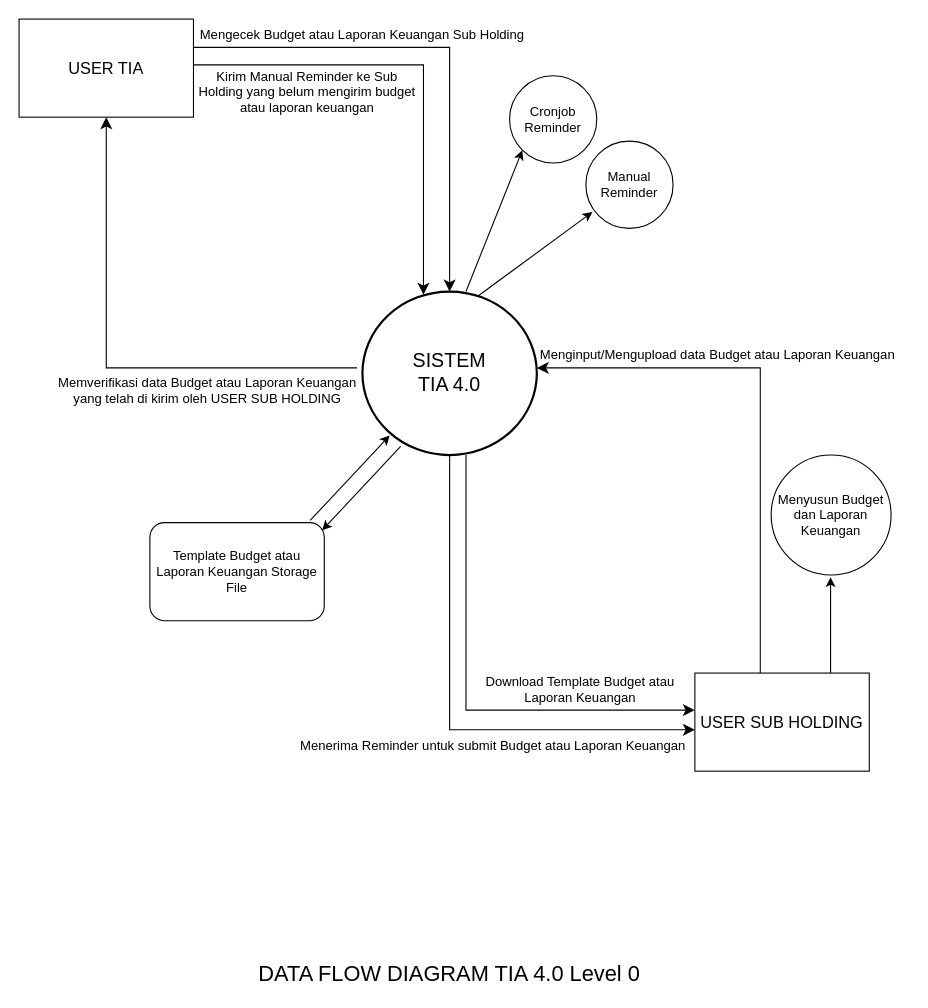
This is page "DataFlowDiagram(Lvl.0)" (2 of 3) of TIA.drawio from ardyardyaaan/spring-06-pos, a draw.io file, before an edit. Source tidied: cells renumbered, new cells numbered last; positions are measured from the earlier drawing's top-left corner, leaving out a move shared by most shapes. Both pictures are drawn from the tidied source at 109%, with x=0, y=0 at pixel (19, 19).
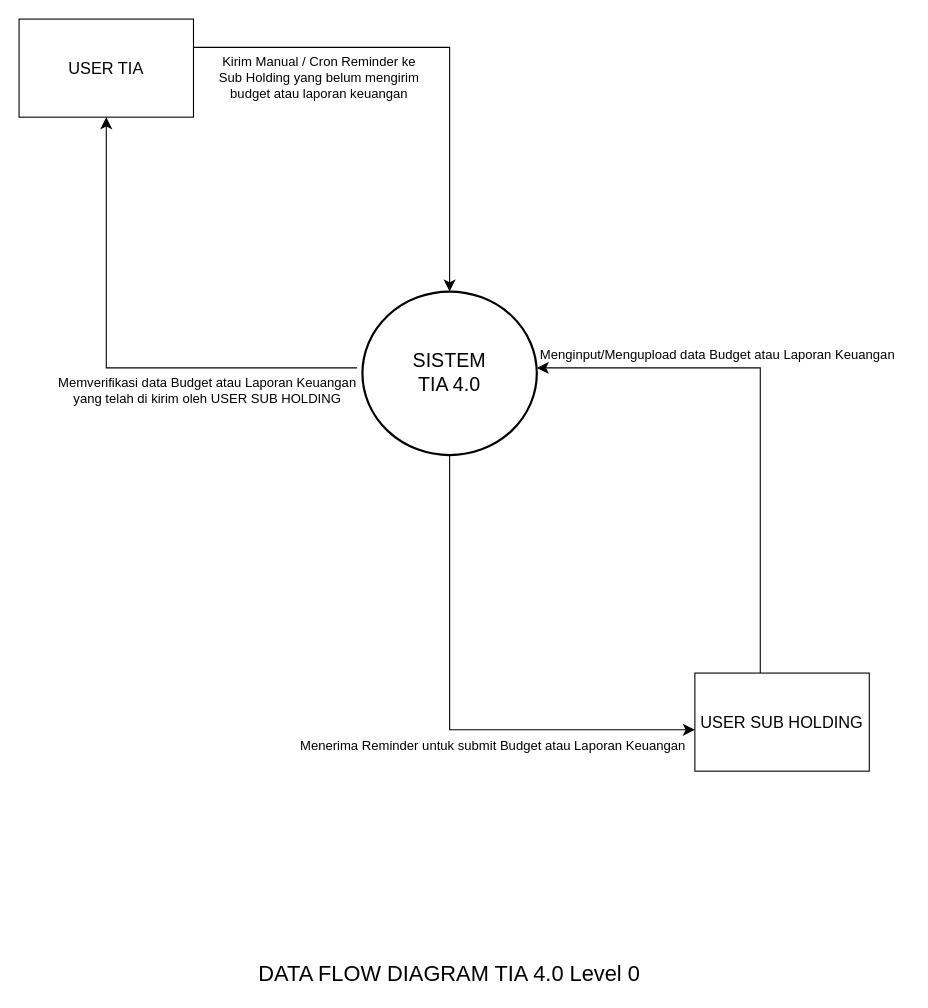
Above is the later version.

The change refers to these unchanged cells:
```xml
<mxCell id="2" value="&lt;font style=&quot;font-size: 18px;&quot;&gt;SISTEM&lt;br&gt;TIA 4.0&lt;/font&gt;" style="strokeWidth=2;html=1;shape=mxgraph.flowchart.start_2;whiteSpace=wrap;" parent="1" vertex="1">
  <mxGeometry x="315" y="250" width="160" height="150" as="geometry" />
</mxCell>
```

Change to the diagram source:
```diff
@@
-    <mxCell id="6" value="Mengecek Budget atau Laporan Keuangan Sub Holding" style="text;html=1;strokeColor=none;fillColor=none;align=center;verticalAlign=middle;whiteSpace=wrap;rounded=0;" parent="1" vertex="1">
-      <mxGeometry x="165" width="300" height="30" as="geometry" />
-    </mxCell>
@@
-    <mxCell id="14" value="Cronjob Reminder" style="ellipse;whiteSpace=wrap;html=1;" parent="1" vertex="1">
-      <mxGeometry x="450" y="52" width="80" height="80" as="geometry" />
-    </mxCell>
-    <mxCell id="15" value="Manual Reminder" style="ellipse;whiteSpace=wrap;html=1;" parent="1" vertex="1">
-      <mxGeometry x="520" y="112" width="80" height="80" as="geometry" />
-    </mxCell>
-    <mxCell id="16" style="endArrow=classic;html=1;rounded=0;entryX=0;entryY=1;entryDx=0;entryDy=0;" parent="1" edge="1" target="14">
-      <mxGeometry relative="1" as="geometry">
-        <mxPoint x="410" y="250" as="sourcePoint" />
-      </mxGeometry>
-    </mxCell>
-    <mxCell id="17" style="endArrow=classic;html=1;rounded=0;entryX=0.075;entryY=0.813;entryDx=0;entryDy=0;entryPerimeter=0;exitX=0.663;exitY=0.027;exitDx=0;exitDy=0;exitPerimeter=0;" parent="1" edge="1" source="2" target="15">
-      <mxGeometry relative="1" as="geometry" />
-    </mxCell>
-    <mxCell id="18" style="edgeStyle=elbowEdgeStyle;elbow=vertical;endArrow=classic;html=1;curved=0;rounded=0;endSize=8;startSize=8;exitX=0.631;exitY=0.987;exitDx=0;exitDy=0;exitPerimeter=0;" parent="1" edge="1">
-      <mxGeometry relative="1" as="geometry">
-        <mxPoint x="410" y="400" as="sourcePoint" />
-        <mxPoint x="620" y="634" as="targetPoint" />
-        <Array as="points">
-          <mxPoint x="404" y="634" />
-        </Array>
-      </mxGeometry>
-    </mxCell>
-    <mxCell id="19" value="Download Template Budget atau Laporan Keuangan" style="text;html=1;strokeColor=none;fillColor=none;align=center;verticalAlign=middle;whiteSpace=wrap;rounded=0;" parent="1" vertex="1">
-      <mxGeometry x="420" y="600" width="190" height="30" as="geometry" />
-    </mxCell>
-    <mxCell id="20" value="Menyusun Budget dan Laporan Keuangan" style="ellipse;whiteSpace=wrap;html=1;" parent="1" vertex="1">
-      <mxGeometry x="690" y="400" width="110" height="110" as="geometry" />
-    </mxCell>
-    <mxCell id="21" style="endArrow=classic;html=1;rounded=0;" parent="1" edge="1">
-      <mxGeometry relative="1" as="geometry">
-        <mxPoint x="744.5" y="600" as="sourcePoint" />
-        <mxPoint x="744.5" y="512" as="targetPoint" />
-      </mxGeometry>
-    </mxCell>
-    <mxCell id="22" style="edgeStyle=segmentEdgeStyle;endArrow=classic;html=1;curved=0;rounded=0;endSize=8;startSize=8;entryX=0.35;entryY=0.02;entryDx=0;entryDy=0;entryPerimeter=0;" parent="1" edge="1" target="2">
-      <mxGeometry relative="1" as="geometry">
-        <mxPoint x="160" y="42" as="sourcePoint" />
-      </mxGeometry>
-    </mxCell>
-    <mxCell id="23" value="Kirim Manual Reminder ke Sub Holding yang belum mengirim budget atau laporan keuangan" style="text;html=1;strokeColor=none;fillColor=none;align=center;verticalAlign=middle;whiteSpace=wrap;rounded=0;" parent="1" vertex="1">
-      <mxGeometry x="163" y="52" width="203" height="30" as="geometry" />
+    <mxCell id="23" value="Kirim Manual / Cron Reminder ke Sub Holding yang belum mengirim budget atau laporan keuangan" style="text;html=1;strokeColor=none;fillColor=none;align=center;verticalAlign=middle;whiteSpace=wrap;rounded=0;" parent="1" vertex="1">
+      <mxGeometry x="174" y="39" width="203" height="30" as="geometry" />
     </mxCell>
-    <mxCell id="24" value="Template Budget atau Laporan Keuangan Storage File" style="rounded=1;whiteSpace=wrap;html=1;" parent="1" vertex="1">
-      <mxGeometry x="120" y="462" width="160" height="90" as="geometry" />
-    </mxCell>
-    <mxCell id="25" style="endArrow=classic;html=1;rounded=0;exitX=0.919;exitY=-0.022;exitDx=0;exitDy=0;exitPerimeter=0;" parent="1" edge="1" source="24">
-      <mxGeometry relative="1" as="geometry">
-        <mxPoint x="340" y="382" as="targetPoint" />
-      </mxGeometry>
-    </mxCell>
-    <mxCell id="26" style="endArrow=classic;html=1;rounded=0;entryX=0.988;entryY=0.078;entryDx=0;entryDy=0;entryPerimeter=0;exitX=0.219;exitY=0.947;exitDx=0;exitDy=0;exitPerimeter=0;" parent="1" edge="1" source="2" target="24">
-      <mxGeometry relative="1" as="geometry" />
-    </mxCell>
```
